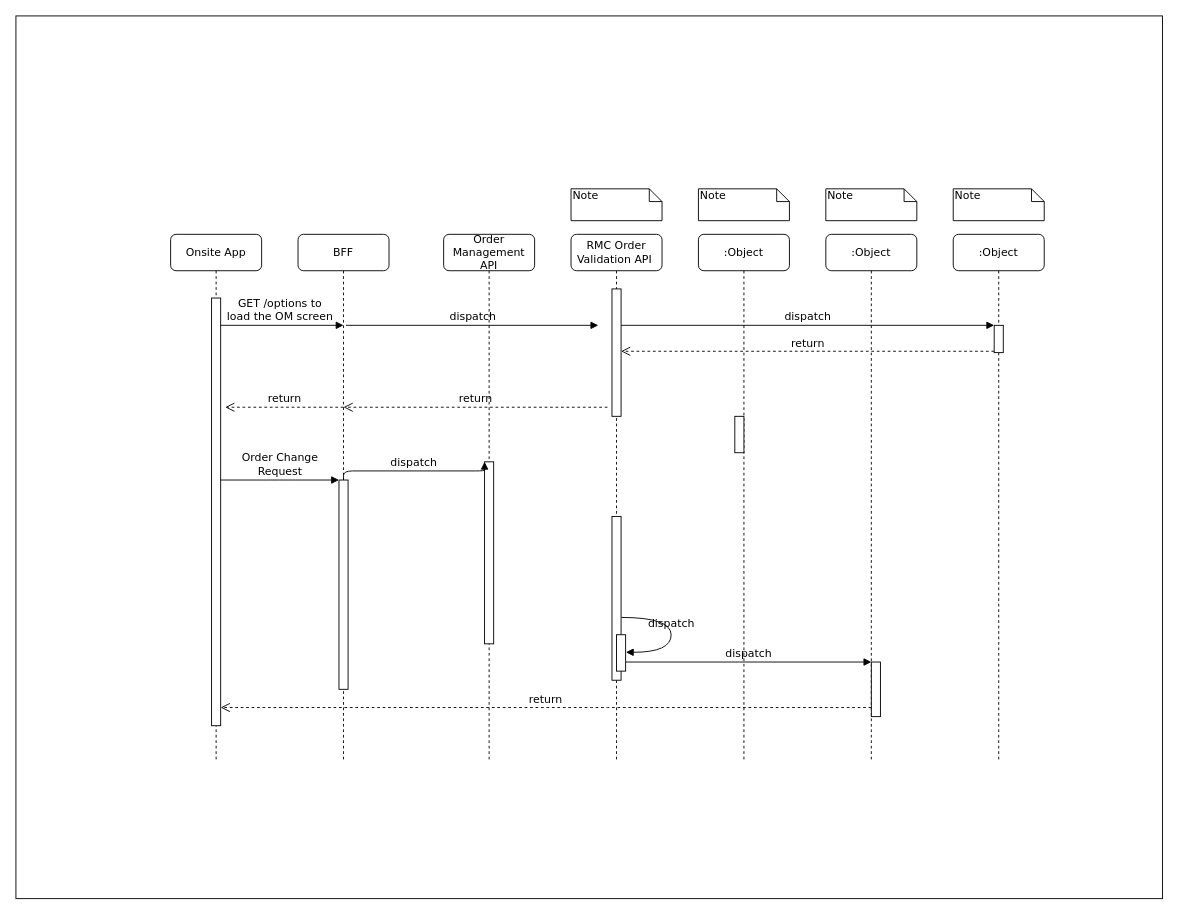
Earlier version of the draw.io diagram work/OrderMangDiagram.drawio (profjordanov/phd). Source tidied: cells renumbered, new cells numbered last; positions are measured from the earlier drawing's top-left corner, leaving out a move shared by most shapes. Both pictures are drawn from the tidied source at 91%, with x=0, y=0 at pixel (15, 15).
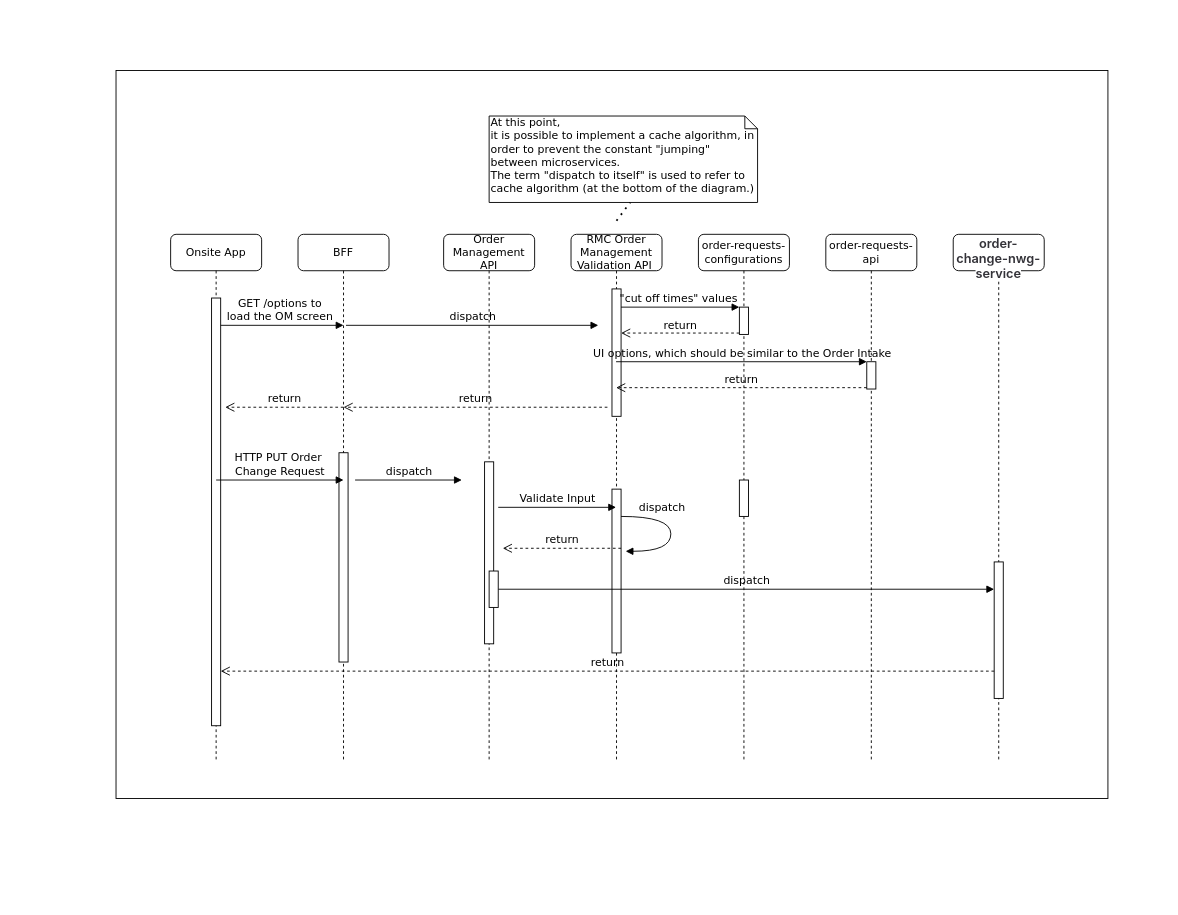
Above is the later version.

The change refers to these unchanged cells:
```xml
<mxCell id="3" value="BFF" style="shape=umlLifeline;perimeter=lifelinePerimeter;whiteSpace=wrap;html=1;rounded=1;shadow=0;comic=0;labelBackgroundColor=none;strokeWidth=1;fontFamily=Verdana;fontSize=12;align=center;" parent="1" vertex="1">
  <mxGeometry x="310" y="240" width="100" height="580" as="geometry" />
</mxCell>
<mxCell id="6" value="Order Management API" style="shape=umlLifeline;perimeter=lifelinePerimeter;whiteSpace=wrap;html=1;rounded=1;shadow=0;comic=0;labelBackgroundColor=none;strokeWidth=1;fontFamily=Verdana;fontSize=12;align=center;" parent="1" vertex="1">
  <mxGeometry x="470" y="240" width="100" height="580" as="geometry" />
</mxCell>
<mxCell id="7" style="html=1;points=[];perimeter=orthogonalPerimeter;rounded=0;shadow=0;comic=0;labelBackgroundColor=none;strokeWidth=1;fontFamily=Verdana;fontSize=12;align=center;" parent="6" vertex="1">
  <mxGeometry x="45" y="250" width="10" height="200" as="geometry" />
</mxCell>
<mxCell id="11" style="html=1;points=[];perimeter=orthogonalPerimeter;rounded=0;shadow=0;comic=0;labelBackgroundColor=none;strokeWidth=1;fontFamily=Verdana;fontSize=12;align=center;" parent="9" vertex="1">
  <mxGeometry x="45" y="60" width="10" height="140" as="geometry" />
</mxCell>
<mxCell id="18" style="html=1;points=[];perimeter=orthogonalPerimeter;rounded=0;shadow=0;comic=0;labelBackgroundColor=none;strokeWidth=1;fontFamily=Verdana;fontSize=12;align=center;" parent="17" vertex="1">
  <mxGeometry x="45" y="70" width="10" height="470" as="geometry" />
</mxCell>
```

The edit, as a diff of the source:
```diff
@@
     <mxCell id="2" style="rounded=0;whiteSpace=wrap;html=1;" parent="1" vertex="1">
-      <mxGeometry width="1260" height="970" as="geometry" />
+      <mxGeometry x="110" y="60" width="1090" height="800" as="geometry" />
     </mxCell>
@@
     <mxCell id="4" style="html=1;points=[];perimeter=orthogonalPerimeter;rounded=0;shadow=0;comic=0;labelBackgroundColor=none;strokeWidth=1;fontFamily=Verdana;fontSize=12;align=center;" parent="3" vertex="1">
-      <mxGeometry x="45" y="270" width="10" height="230" as="geometry" />
+      <mxGeometry x="45" y="240" width="10" height="230" as="geometry" />
     </mxCell>
@@
+    <mxCell id="25" value="dispatch" style="html=1;verticalAlign=bottom;endArrow=block;labelBackgroundColor=none;fontFamily=Verdana;fontSize=12;" parent="6" edge="1">
+      <mxGeometry relative="1" as="geometry">
+        <mxPoint x="-97.3" y="270" as="sourcePoint" />
+        <mxPoint x="20" y="270" as="targetPoint" />
+      </mxGeometry>
+    </mxCell>
-    <mxCell id="9" value="RMC Order Validation API&amp;nbsp;" style="shape=umlLifeline;perimeter=lifelinePerimeter;whiteSpace=wrap;html=1;outlineConnect=0;rounded=1;shadow=0;comic=0;labelBackgroundColor=none;strokeWidth=1;fontFamily=Verdana;fontSize=12;align=center;" parent="1" vertex="1">
+    <mxCell id="9" value="RMC Order Management Validation&lt;span style=&quot;background-color: initial;&quot;&gt;&amp;nbsp;API&amp;nbsp;&lt;/span&gt;" style="shape=umlLifeline;perimeter=lifelinePerimeter;whiteSpace=wrap;html=1;outlineConnect=0;rounded=1;shadow=0;comic=0;labelBackgroundColor=none;strokeWidth=1;fontFamily=Verdana;fontSize=12;align=center;" parent="1" vertex="1">
       <mxGeometry x="610" y="240" width="100" height="580" as="geometry" />
     </mxCell>
     <mxCell id="10" style="html=1;perimeter=orthogonalPerimeter;rounded=0;shadow=0;comic=0;labelBackgroundColor=none;strokeWidth=1;fontFamily=Verdana;fontSize=12;align=center;" parent="9" vertex="1">
-      <mxGeometry x="45" y="310" width="10" height="180" as="geometry" />
+      <mxGeometry x="45" y="280" width="10" height="180" as="geometry" />
     </mxCell>
@@
+    <mxCell id="27" value="dispatch" style="html=1;verticalAlign=bottom;endArrow=block;labelBackgroundColor=none;fontFamily=Verdana;fontSize=12;elbow=vertical;edgeStyle=orthogonalEdgeStyle;curved=1;entryX=1;entryY=0.286;entryPerimeter=0;exitX=1.038;exitY=0.345;exitPerimeter=0;" parent="9" edge="1">
+      <mxGeometry x="-0.37" relative="1" as="geometry">
+        <mxPoint x="55" y="310" as="sourcePoint" />
+        <mxPoint x="60" y="348.3" as="targetPoint" />
+        <Array as="points">
+          <mxPoint x="109.7" y="310" />
+          <mxPoint x="109.7" y="348" />
+        </Array>
+      </mxGeometry>
+    </mxCell>
+    <mxCell id="34" value="return" style="html=1;verticalAlign=bottom;endArrow=open;dashed=1;endSize=8;labelBackgroundColor=none;fontFamily=Verdana;fontSize=12;" parent="9" edge="1">
+      <mxGeometry relative="1" as="geometry">
+        <mxPoint x="55" y="345" as="sourcePoint" />
+        <mxPoint x="-75" y="345" as="targetPoint" />
+      </mxGeometry>
+    </mxCell>
-    <mxCell id="12" value=":Object" style="shape=umlLifeline;perimeter=lifelinePerimeter;whiteSpace=wrap;html=1;rounded=1;shadow=0;comic=0;labelBackgroundColor=none;strokeWidth=1;fontFamily=Verdana;fontSize=12;align=center;" parent="1" vertex="1">
+    <mxCell id="12" value="order-requests-configurations" style="shape=umlLifeline;perimeter=lifelinePerimeter;whiteSpace=wrap;html=1;rounded=1;shadow=0;comic=0;labelBackgroundColor=none;strokeWidth=1;fontFamily=Verdana;fontSize=12;align=center;" parent="1" vertex="1">
       <mxGeometry x="750" y="240" width="100" height="580" as="geometry" />
     </mxCell>
     <mxCell id="13" style="html=1;perimeter=orthogonalPerimeter;rounded=0;shadow=0;comic=0;labelBackgroundColor=none;strokeWidth=1;fontFamily=Verdana;fontSize=12;align=center;" parent="12" vertex="1">
-      <mxGeometry x="40" y="200" width="10" height="40" as="geometry" />
+      <mxGeometry x="45" y="270" width="10" height="40" as="geometry" />
     </mxCell>
+    <mxCell id="16" style="html=1;points=[];perimeter=orthogonalPerimeter;rounded=0;shadow=0;comic=0;labelBackgroundColor=none;strokeColor=#000000;strokeWidth=1;fillColor=#FFFFFF;fontFamily=Verdana;fontSize=12;fontColor=#000000;align=center;" parent="12" vertex="1">
+      <mxGeometry x="45" y="80" width="10" height="30" as="geometry" />
+    </mxCell>
-    <mxCell id="14" value=":Object" style="shape=umlLifeline;perimeter=lifelinePerimeter;whiteSpace=wrap;html=1;rounded=1;shadow=0;comic=0;labelBackgroundColor=none;strokeWidth=1;fontFamily=Verdana;fontSize=12;align=center;" parent="1" vertex="1">
+    <mxCell id="14" value="order-requests-api" style="shape=umlLifeline;perimeter=lifelinePerimeter;whiteSpace=wrap;html=1;rounded=1;shadow=0;comic=0;labelBackgroundColor=none;strokeWidth=1;fontFamily=Verdana;fontSize=12;align=center;" parent="1" vertex="1">
       <mxGeometry x="890" y="240" width="100" height="580" as="geometry" />
     </mxCell>
+    <mxCell id="35" style="html=1;points=[];perimeter=orthogonalPerimeter;rounded=0;shadow=0;comic=0;labelBackgroundColor=none;strokeColor=#000000;strokeWidth=1;fillColor=#FFFFFF;fontFamily=Verdana;fontSize=12;fontColor=#000000;align=center;" parent="14" vertex="1">
+      <mxGeometry x="45" y="140" width="10" height="30" as="geometry" />
+    </mxCell>
-    <mxCell id="15" value=":Object" style="shape=umlLifeline;perimeter=lifelinePerimeter;whiteSpace=wrap;html=1;rounded=1;shadow=0;comic=0;labelBackgroundColor=none;strokeWidth=1;fontFamily=Verdana;fontSize=12;align=center;" parent="1" vertex="1">
+    <mxCell id="15" value="&lt;div&gt;&lt;br&gt;&lt;/div&gt;&lt;div&gt;&lt;span style=&quot;color: rgb(51, 50, 56); font-family: &amp;quot;GitLab Sans&amp;quot;, -apple-system, BlinkMacSystemFont, &amp;quot;Segoe UI&amp;quot;, Roboto, &amp;quot;Noto Sans&amp;quot;, Ubuntu, Cantarell, &amp;quot;Helvetica Neue&amp;quot;, sans-serif, &amp;quot;Apple Color Emoji&amp;quot;, &amp;quot;Segoe UI Emoji&amp;quot;, &amp;quot;Segoe UI Symbol&amp;quot;, &amp;quot;Noto Color Emoji&amp;quot;; font-size: 14px; font-variant-ligatures: none; font-weight: 600; text-align: left; background-color: rgb(255, 255, 255);&quot;&gt;order-change-nwg-service&lt;/span&gt;&lt;br&gt;&lt;/div&gt;" style="shape=umlLifeline;perimeter=lifelinePerimeter;whiteSpace=wrap;html=1;rounded=1;shadow=0;comic=0;labelBackgroundColor=none;strokeWidth=1;fontFamily=Verdana;fontSize=12;align=center;" parent="1" vertex="1">
       <mxGeometry x="1030" y="240" width="100" height="580" as="geometry" />
     </mxCell>
-    <mxCell id="16" style="html=1;points=[];perimeter=orthogonalPerimeter;rounded=0;shadow=0;comic=0;labelBackgroundColor=none;strokeColor=#000000;strokeWidth=1;fillColor=#FFFFFF;fontFamily=Verdana;fontSize=12;fontColor=#000000;align=center;" parent="15" vertex="1">
-      <mxGeometry x="45" y="100" width="10" height="30" as="geometry" />
-    </mxCell>
+    <mxCell id="21" style="html=1;points=[];perimeter=orthogonalPerimeter;rounded=0;shadow=0;comic=0;labelBackgroundColor=none;strokeWidth=1;fontFamily=Verdana;fontSize=12;align=center;" parent="15" vertex="1">
+      <mxGeometry x="45" y="360" width="10" height="150" as="geometry" />
+    </mxCell>
@@
-    <mxCell id="19" value="dispatch" style="html=1;verticalAlign=bottom;endArrow=block;entryX=0;entryY=0;labelBackgroundColor=none;fontFamily=Verdana;fontSize=12;" parent="1" edge="1" source="11" target="16">
+    <mxCell id="19" value="&quot;cut off times&quot; values&amp;nbsp;" style="html=1;verticalAlign=bottom;endArrow=block;entryX=0;entryY=0;labelBackgroundColor=none;fontFamily=Verdana;fontSize=12;" parent="1" edge="1" source="11" target="16">
       <mxGeometry relative="1" as="geometry" />
     </mxCell>
@@
-    <mxCell id="21" style="html=1;points=[];perimeter=orthogonalPerimeter;rounded=0;shadow=0;comic=0;labelBackgroundColor=none;strokeWidth=1;fontFamily=Verdana;fontSize=12;align=center;" parent="1" vertex="1">
-      <mxGeometry x="940" y="710" width="10" height="60" as="geometry" />
-    </mxCell>
-    <mxCell id="22" value="dispatch" style="html=1;verticalAlign=bottom;endArrow=block;entryX=0;entryY=0;labelBackgroundColor=none;fontFamily=Verdana;fontSize=12;edgeStyle=elbowEdgeStyle;elbow=vertical;" parent="1" edge="1" source="26" target="21">
-      <mxGeometry relative="1" as="geometry" />
+    <mxCell id="22" value="dispatch" style="html=1;verticalAlign=bottom;endArrow=block;labelBackgroundColor=none;fontFamily=Verdana;fontSize=12;edgeStyle=elbowEdgeStyle;elbow=vertical;" parent="1" edge="1" source="26">
+      <mxGeometry relative="1" as="geometry">
+        <mxPoint x="1075" y="630" as="targetPoint" />
+        <Array as="points">
+          <mxPoint x="800" y="630" />
+        </Array>
+      </mxGeometry>
     </mxCell>
     <mxCell id="23" value="return" style="html=1;verticalAlign=bottom;endArrow=open;dashed=1;endSize=8;labelBackgroundColor=none;fontFamily=Verdana;fontSize=12;edgeStyle=elbowEdgeStyle;elbow=vertical;" parent="1" edge="1" source="21" target="18">
       <mxGeometry relative="1" as="geometry">
         <Array as="points">
+          <mxPoint x="870" y="720" />
+          <mxPoint x="880" y="670" />
           <mxPoint x="640" y="760" />
         </Array>
       </mxGeometry>
     </mxCell>
-    <mxCell id="24" value="Order Change&lt;div&gt;Request&lt;/div&gt;" style="html=1;verticalAlign=bottom;endArrow=block;entryX=0;entryY=0;labelBackgroundColor=none;fontFamily=Verdana;fontSize=12;edgeStyle=elbowEdgeStyle;elbow=vertical;" parent="1" edge="1" source="18" target="4">
-      <mxGeometry relative="1" as="geometry" />
-    </mxCell>
-    <mxCell id="25" value="dispatch" style="html=1;verticalAlign=bottom;endArrow=block;entryX=0;entryY=0;labelBackgroundColor=none;fontFamily=Verdana;fontSize=12;edgeStyle=elbowEdgeStyle;elbow=vertical;" parent="1" edge="1" source="4" target="7">
-      <mxGeometry relative="1" as="geometry" />
-    </mxCell>
-    <mxCell id="26" style="html=1;points=[];perimeter=orthogonalPerimeter;rounded=0;shadow=0;comic=0;labelBackgroundColor=none;strokeWidth=1;fontFamily=Verdana;fontSize=12;align=center;" parent="1" vertex="1">
-      <mxGeometry x="660" y="680" width="10" height="40" as="geometry" />
-    </mxCell>
-    <mxCell id="27" value="dispatch" style="html=1;verticalAlign=bottom;endArrow=block;labelBackgroundColor=none;fontFamily=Verdana;fontSize=12;elbow=vertical;edgeStyle=orthogonalEdgeStyle;curved=1;entryX=1;entryY=0.286;entryPerimeter=0;exitX=1.038;exitY=0.345;exitPerimeter=0;" parent="1" edge="1">
-      <mxGeometry relative="1" as="geometry">
-        <mxPoint x="665.3" y="661" as="sourcePoint" />
-        <mxPoint x="670.3" y="699.3" as="targetPoint" />
-        <Array as="points">
-          <mxPoint x="720" y="661" />
-          <mxPoint x="720" y="699" />
-        </Array>
-      </mxGeometry>
-    </mxCell>
-    <mxCell id="28" value="Note" style="shape=note;whiteSpace=wrap;html=1;size=14;verticalAlign=top;align=left;spacingTop=-6;rounded=0;shadow=0;comic=0;labelBackgroundColor=none;strokeWidth=1;fontFamily=Verdana;fontSize=12;" parent="1" vertex="1">
-      <mxGeometry x="610" y="190" width="100" height="35" as="geometry" />
+    <mxCell id="28" value="At this point,&lt;div&gt;it is possible to implement a cache algorithm,&amp;nbsp;&lt;span style=&quot;background-color: initial;&quot;&gt;in order to prevent the constant &quot;jumping&quot; between microservices.&lt;/span&gt;&lt;/div&gt;&lt;div&gt;The term &quot;&lt;span style=&quot;text-align: center; text-wrap: nowrap;&quot;&gt;dispatch&amp;nbsp;&lt;/span&gt;to itself&quot; is used to refer to cache algorithm (at the bottom of the diagram.)&lt;span style=&quot;background-color: initial;&quot;&gt;&lt;br&gt;&lt;/span&gt;&lt;/div&gt;" style="shape=note;whiteSpace=wrap;html=1;size=14;verticalAlign=top;align=left;spacingTop=-6;rounded=0;shadow=0;comic=0;labelBackgroundColor=none;strokeWidth=1;fontFamily=Verdana;fontSize=12;" parent="1" vertex="1">
+      <mxGeometry x="520" y="110" width="295" height="95" as="geometry" />
     </mxCell>
-    <mxCell id="29" value="Note" style="shape=note;whiteSpace=wrap;html=1;size=14;verticalAlign=top;align=left;spacingTop=-6;rounded=0;shadow=0;comic=0;labelBackgroundColor=none;strokeWidth=1;fontFamily=Verdana;fontSize=12;" parent="1" vertex="1">
-      <mxGeometry x="750" y="190" width="100" height="35" as="geometry" />
-    </mxCell>
-    <mxCell id="30" value="Note" style="shape=note;whiteSpace=wrap;html=1;size=14;verticalAlign=top;align=left;spacingTop=-6;rounded=0;shadow=0;comic=0;labelBackgroundColor=none;strokeWidth=1;fontFamily=Verdana;fontSize=12;" parent="1" vertex="1">
-      <mxGeometry x="890" y="190" width="100" height="35" as="geometry" />
-    </mxCell>
-    <mxCell id="31" value="Note" style="shape=note;whiteSpace=wrap;html=1;size=14;verticalAlign=top;align=left;spacingTop=-6;rounded=0;shadow=0;comic=0;labelBackgroundColor=none;strokeWidth=1;fontFamily=Verdana;fontSize=12;" parent="1" vertex="1">
-      <mxGeometry x="1030" y="190" width="100" height="35" as="geometry" />
-    </mxCell>
@@
+    <mxCell id="36" value="UI options, which should be similar to the Order Intake" style="html=1;verticalAlign=bottom;endArrow=block;entryX=0;entryY=0;labelBackgroundColor=none;fontFamily=Verdana;fontSize=12;" parent="1" edge="1" source="9" target="35">
+      <mxGeometry relative="1" as="geometry" />
+    </mxCell>
+    <mxCell id="37" value="return" style="html=1;verticalAlign=bottom;endArrow=open;dashed=1;endSize=8;exitX=0;exitY=0.95;labelBackgroundColor=none;fontFamily=Verdana;fontSize=12;" parent="1" edge="1" source="35" target="9">
+      <mxGeometry relative="1" as="geometry" />
+    </mxCell>
+    <mxCell id="38" style="endArrow=none;dashed=1;html=1;dashPattern=1 3;strokeWidth=2;rounded=0;" parent="1" edge="1">
+      <mxGeometry relative="1" as="geometry">
+        <mxPoint x="660" y="225" as="sourcePoint" />
+        <mxPoint x="675" y="205" as="targetPoint" />
+      </mxGeometry>
+    </mxCell>
+    <mxCell id="39" value="HTTP PUT Order&amp;nbsp;&lt;div&gt;Change Request&lt;/div&gt;" style="html=1;verticalAlign=bottom;endArrow=block;labelBackgroundColor=none;fontFamily=Verdana;fontSize=12;" parent="1" edge="1">
+      <mxGeometry relative="1" as="geometry">
+        <mxPoint x="220" y="510" as="sourcePoint" />
+        <mxPoint x="360" y="510" as="targetPoint" />
+      </mxGeometry>
+    </mxCell>
+    <mxCell id="40" value="Validate Input" style="html=1;verticalAlign=bottom;endArrow=block;labelBackgroundColor=none;fontFamily=Verdana;fontSize=12;" parent="1" edge="1" target="9">
+      <mxGeometry relative="1" as="geometry">
+        <mxPoint x="530" y="540" as="sourcePoint" />
+      </mxGeometry>
+    </mxCell>
+    <mxCell id="26" style="html=1;points=[];perimeter=orthogonalPerimeter;rounded=0;shadow=0;comic=0;labelBackgroundColor=none;strokeWidth=1;fontFamily=Verdana;fontSize=12;align=center;" parent="1" vertex="1">
+      <mxGeometry x="520" y="610" width="10" height="40" as="geometry" />
+    </mxCell>
```
